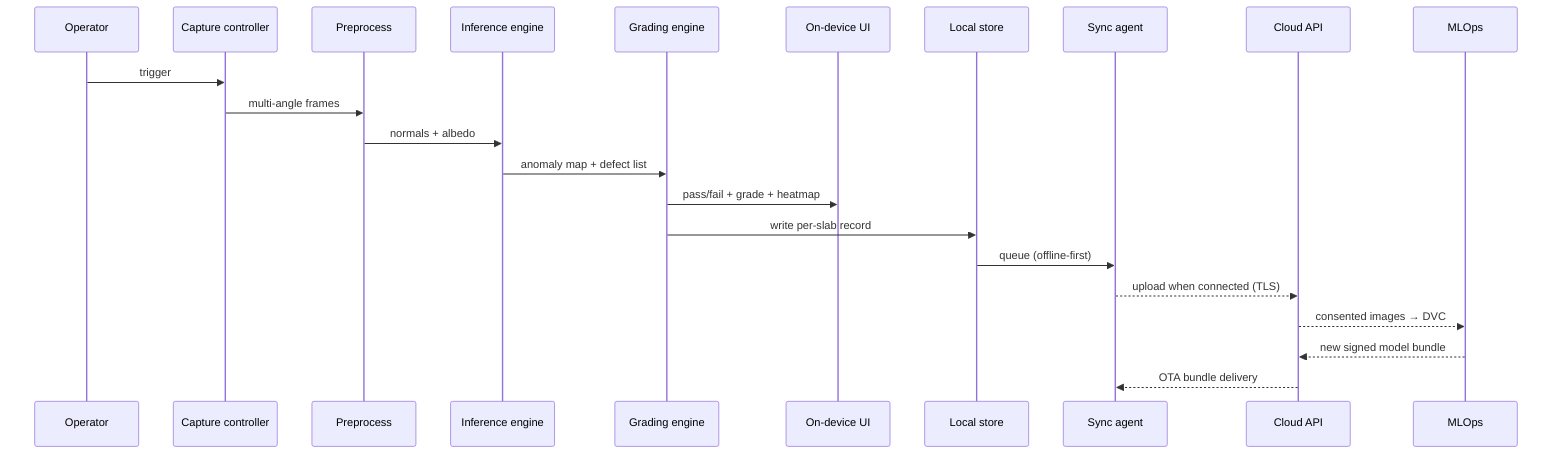
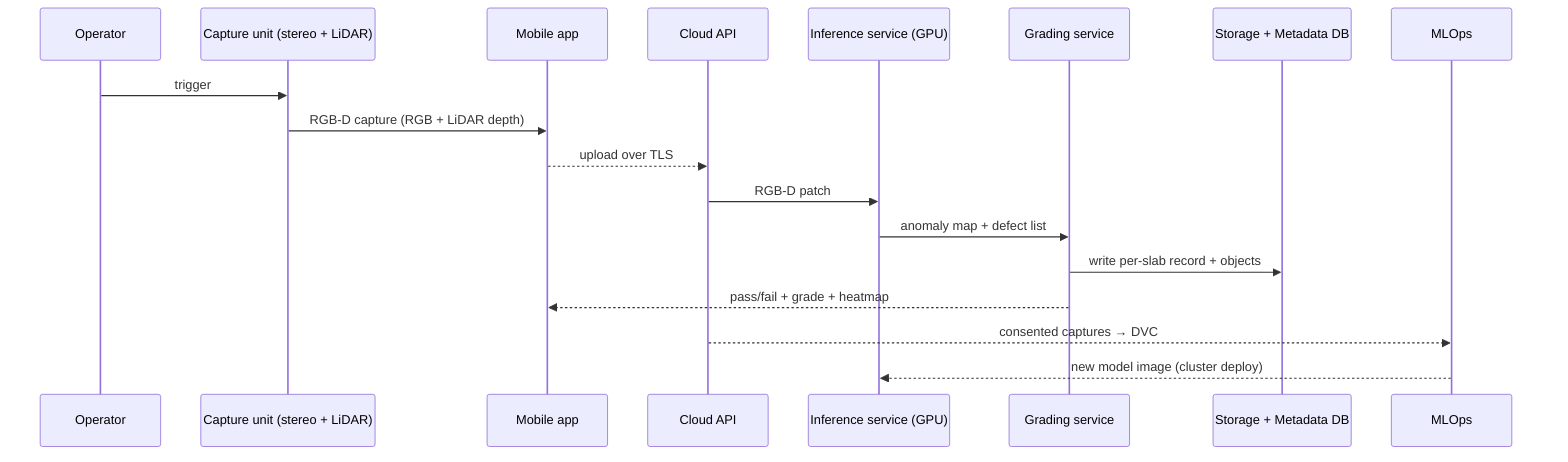
sequenceDiagram
  participant Op as Operator
-   participant Cap as Capture controller
-   participant Pre as Preprocess
-   participant Inf as Inference engine
-   participant Grd as Grading engine
-   participant UI as On-device UI
-   participant Str as Local store
-   participant Syn as Sync agent
+   participant Dev as Capture unit (stereo + LiDAR)
+   participant Mob as Mobile app
  participant API as Cloud API
+   participant Inf as Inference service (GPU)
+   participant Grd as Grading service
+   participant Str as Storage + Metadata DB
  participant MLOps

-   Op->>Cap: trigger
-   Cap->>Pre: multi-angle frames
-   Pre->>Inf: normals + albedo
+   Op->>Dev: trigger
+   Dev->>Mob: RGB-D capture (RGB + LiDAR depth)
+   Mob-->>API: upload over TLS
+   API->>Inf: RGB-D patch
  Inf->>Grd: anomaly map + defect list
-   Grd->>UI: pass/fail + grade + heatmap
-   Grd->>Str: write per-slab record
-   Str->>Syn: queue (offline-first)
-   Syn-->>API: upload when connected (TLS)
-   API-->>MLOps: consented images → DVC
-   MLOps-->>API: new signed model bundle
-   API-->>Syn: OTA bundle delivery
+   Grd->>Str: write per-slab record + objects
+   Grd-->>Mob: pass/fail + grade + heatmap
+   API-->>MLOps: consented captures → DVC
+   MLOps-->>Inf: new model image (cluster deploy)
